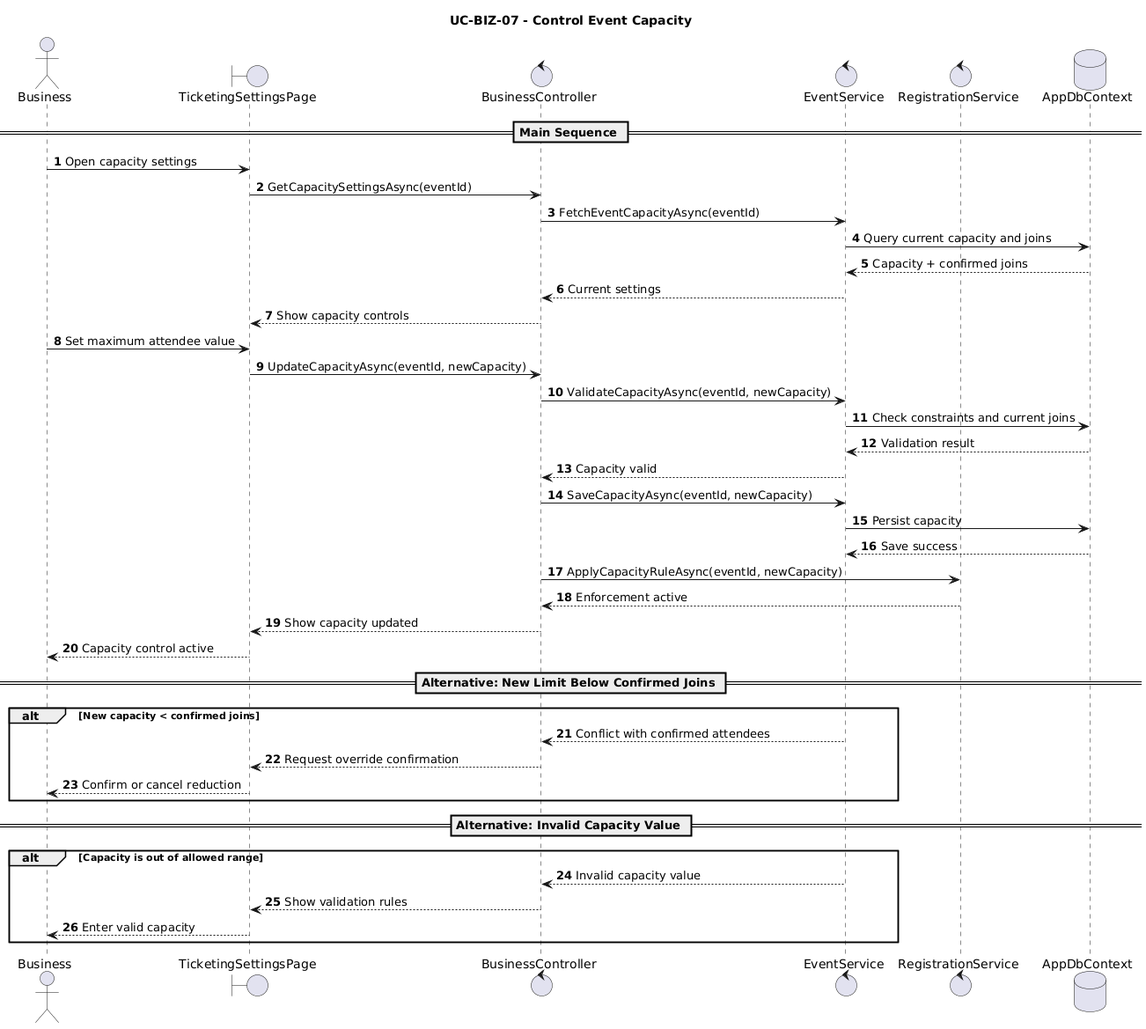
Earlier version of the PlantUML export User Cases/Sequence Diagrams/BusinessRole/ControlEventCapacity.png (gorge-unc23/4ThePlot). Its diagram source:
```plantuml
@startuml
title UC-BIZ-07 - Control Event Capacity
autonumber

actor Business
boundary TicketingSettingsPage
control BusinessController
control EventService
control RegistrationService
database AppDbContext

== Main Sequence ==
Business -> TicketingSettingsPage: Open capacity settings
TicketingSettingsPage -> BusinessController: GetCapacitySettingsAsync(eventId)
BusinessController -> EventService: FetchEventCapacityAsync(eventId)
EventService -> AppDbContext: Query current capacity and joins
AppDbContext --> EventService: Capacity + confirmed joins
EventService --> BusinessController: Current settings
BusinessController --> TicketingSettingsPage: Show capacity controls

Business -> TicketingSettingsPage: Set maximum attendee value
TicketingSettingsPage -> BusinessController: UpdateCapacityAsync(eventId, newCapacity)
BusinessController -> EventService: ValidateCapacityAsync(eventId, newCapacity)
EventService -> AppDbContext: Check constraints and current joins
AppDbContext --> EventService: Validation result
EventService --> BusinessController: Capacity valid
BusinessController -> EventService: SaveCapacityAsync(eventId, newCapacity)
EventService -> AppDbContext: Persist capacity
AppDbContext --> EventService: Save success
BusinessController -> RegistrationService: ApplyCapacityRuleAsync(eventId, newCapacity)
RegistrationService --> BusinessController: Enforcement active
BusinessController --> TicketingSettingsPage: Show capacity updated
TicketingSettingsPage --> Business: Capacity control active

== Alternative: New Limit Below Confirmed Joins ==
alt New capacity < confirmed joins
  EventService --> BusinessController: Conflict with confirmed attendees
  BusinessController --> TicketingSettingsPage: Request override confirmation
  TicketingSettingsPage --> Business: Confirm or cancel reduction
end

== Alternative: Invalid Capacity Value ==
alt Capacity is out of allowed range
  EventService --> BusinessController: Invalid capacity value
  BusinessController --> TicketingSettingsPage: Show validation rules
  TicketingSettingsPage --> Business: Enter valid capacity
end
@enduml
```
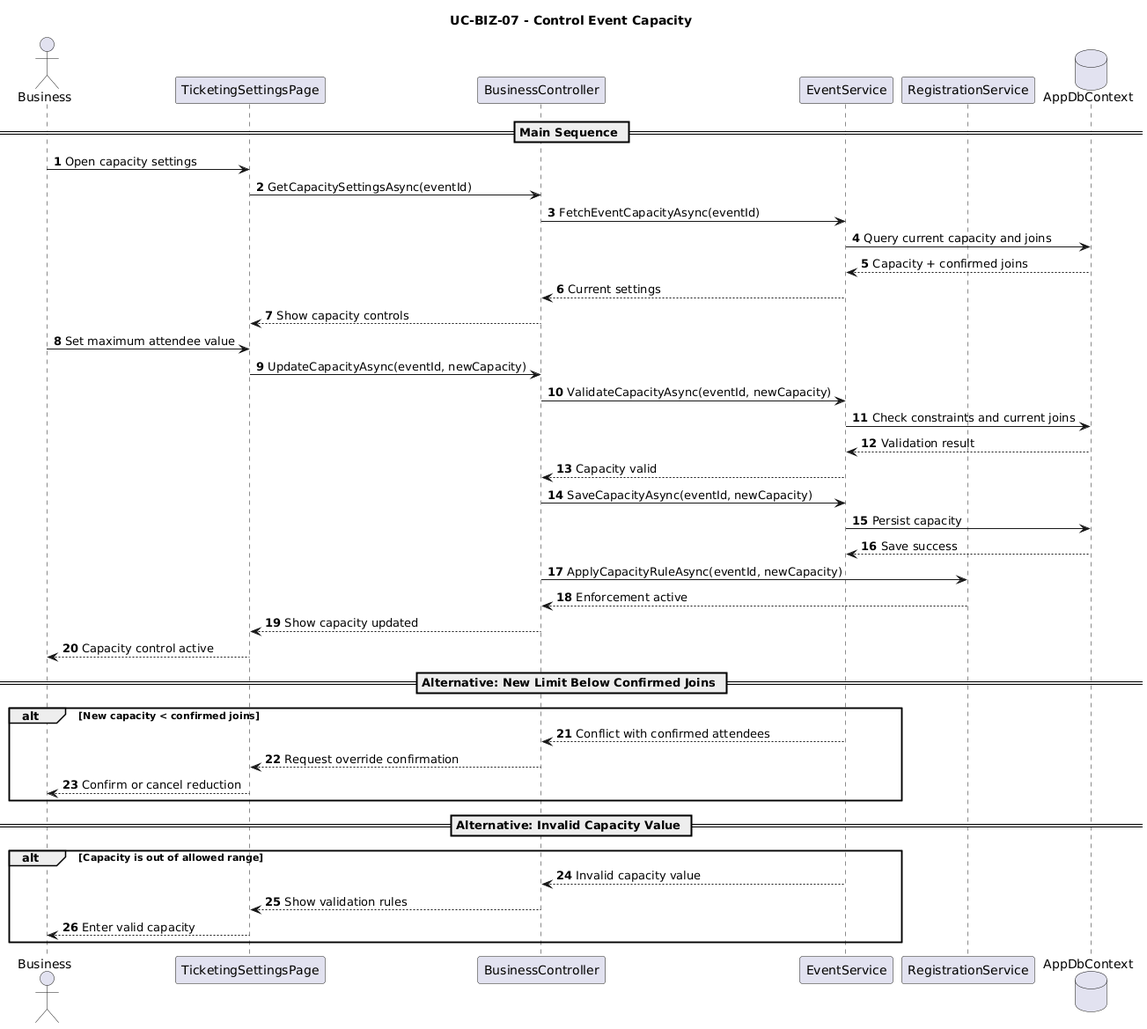
The same diagram one commit later.

Change to the diagram source:
```diff
@@ -3,10 +3,10 @@
 autonumber
 
 actor Business
-boundary TicketingSettingsPage
-control BusinessController
-control EventService
-control RegistrationService
+participant TicketingSettingsPage
+participant BusinessController
+participant EventService
+participant RegistrationService
 database AppDbContext
 
 == Main Sequence ==
```
